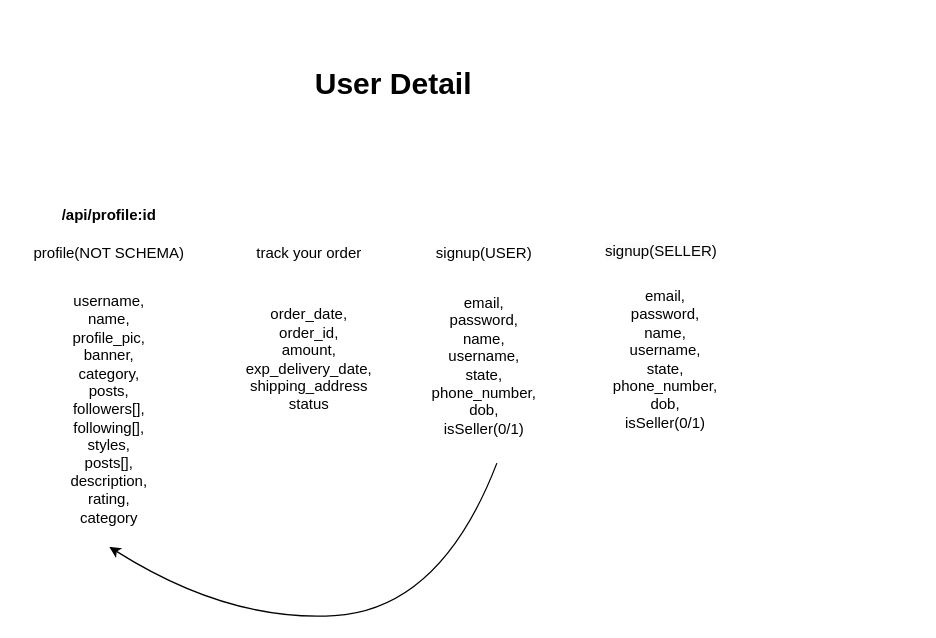
This is page "Page-3" (3 of 4) of Untitled Diagram.drawio from VishalJx/Draw.io, a draw.io file, before an edit. Source tidied: cells renumbered, new cells numbered last; positions are measured from the earlier drawing's top-left corner, leaving out a move shared by most shapes. Both pictures are drawn from the tidied source at 125%, with x=0, y=0 at pixel (21, 21).
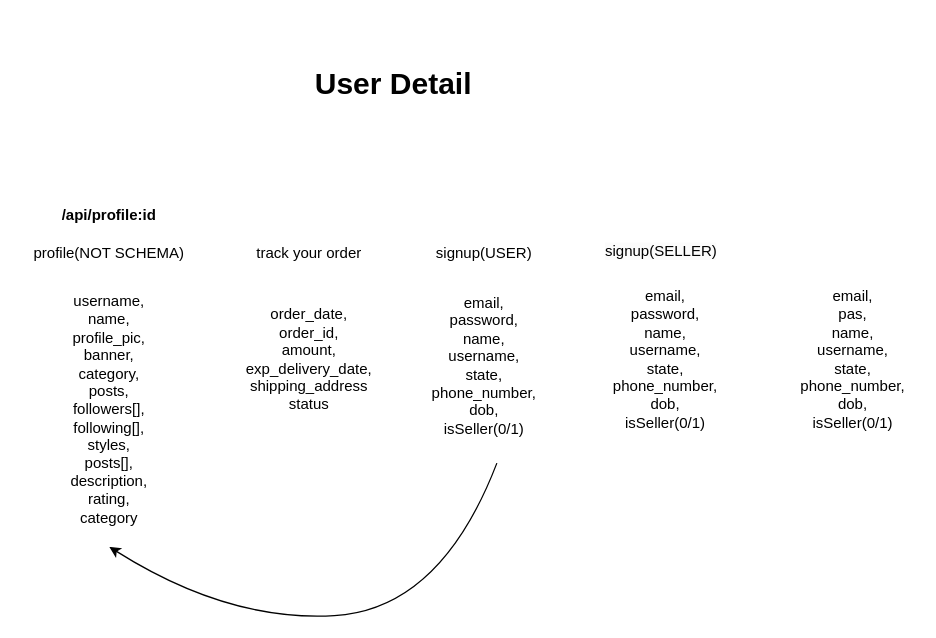
The same diagram, later.

Change to the diagram source:
```diff
@@
 <mxGraphModel>
   <root>
     <mxCell id="0" />
     <mxCell id="1" parent="0" />
     <mxCell id="2" value="profile(NOT SCHEMA)" style="text;html=1;align=center;verticalAlign=middle;whiteSpace=wrap;rounded=0;" parent="1" vertex="1">
       <mxGeometry y="170" width="140" height="30" as="geometry" />
     </mxCell>
     <mxCell id="3" value="username,&lt;div&gt;name,&lt;/div&gt;&lt;div&gt;profile_pic,&lt;/div&gt;&lt;div&gt;banner,&lt;/div&gt;&lt;div&gt;category,&lt;/div&gt;&lt;div&gt;posts,&lt;/div&gt;&lt;div&gt;followers[],&lt;/div&gt;&lt;div&gt;following[],&lt;/div&gt;&lt;div&gt;styles,&lt;/div&gt;&lt;div&gt;posts[],&lt;/div&gt;&lt;div&gt;description,&lt;/div&gt;&lt;div&gt;rating,&lt;/div&gt;&lt;div&gt;category&lt;/div&gt;" style="text;html=1;align=center;verticalAlign=middle;whiteSpace=wrap;rounded=0;fillColor=default;" parent="1" vertex="1">
       <mxGeometry x="5" y="200" width="130" height="220" as="geometry" />
     </mxCell>
     <mxCell id="4" value="track your order" style="text;html=1;align=center;verticalAlign=middle;whiteSpace=wrap;rounded=0;" parent="1" vertex="1">
       <mxGeometry x="185" y="170" width="90" height="30" as="geometry" />
     </mxCell>
     <mxCell id="5" value="order_date,&lt;div&gt;order_id,&lt;/div&gt;&lt;div&gt;amount,&lt;/div&gt;&lt;div&gt;exp_delivery_date,&lt;/div&gt;&lt;div&gt;shipping_address&lt;/div&gt;&lt;div&gt;status&lt;/div&gt;" style="text;html=1;align=center;verticalAlign=middle;whiteSpace=wrap;rounded=0;fillColor=default;" parent="1" vertex="1">
       <mxGeometry x="170" y="210" width="120" height="120" as="geometry" />
     </mxCell>
     <mxCell id="6" value="signup(USER)" style="text;html=1;align=center;verticalAlign=middle;whiteSpace=wrap;rounded=0;" parent="1" vertex="1">
       <mxGeometry x="340" y="170" width="60" height="30" as="geometry" />
     </mxCell>
     <mxCell id="7" value="&lt;div&gt;email,&lt;/div&gt;&lt;div&gt;password,&lt;/div&gt;name,&lt;div&gt;username,&lt;/div&gt;&lt;div&gt;state,&lt;/div&gt;&lt;div&gt;phone_number,&lt;/div&gt;&lt;div&gt;dob,&lt;/div&gt;&lt;div&gt;isSeller(0/1)&lt;/div&gt;" style="text;html=1;align=center;verticalAlign=middle;whiteSpace=wrap;rounded=0;fillColor=default;" parent="1" vertex="1">
       <mxGeometry x="320" y="200" width="100" height="150" as="geometry" />
     </mxCell>
     <mxCell id="8" value="&lt;span style=&quot;color: rgb(0, 0, 0); font-family: Helvetica; font-size: 12px; font-style: normal; font-variant-ligatures: normal; font-variant-caps: normal; font-weight: 400; letter-spacing: normal; orphans: 2; text-align: center; text-indent: 0px; text-transform: none; widows: 2; word-spacing: 0px; -webkit-text-stroke-width: 0px; white-space: normal; background-color: rgb(251, 251, 251); text-decoration-thickness: initial; text-decoration-style: initial; text-decoration-color: initial; display: inline !important; float: none;&quot;&gt;signup(SELLER)&lt;/span&gt;" style="text;whiteSpace=wrap;html=1;" parent="1" vertex="1">
       <mxGeometry x="465" y="170" width="100" height="40" as="geometry" />
     </mxCell>
     <mxCell id="9" value="&lt;div&gt;email,&lt;/div&gt;&lt;div&gt;password,&lt;/div&gt;name,&lt;div&gt;username,&lt;/div&gt;&lt;div&gt;state,&lt;/div&gt;&lt;div&gt;phone_number,&lt;/div&gt;&lt;div&gt;dob,&lt;/div&gt;&lt;div&gt;isSeller(0/1)&lt;/div&gt;" style="text;html=1;align=center;verticalAlign=middle;whiteSpace=wrap;rounded=0;fillColor=default;" parent="1" vertex="1">
       <mxGeometry x="465" y="200" width="100" height="140" as="geometry" />
     </mxCell>
     <mxCell id="10" value="&lt;b&gt;/api/profile:id&lt;/b&gt;" style="text;html=1;align=center;verticalAlign=middle;whiteSpace=wrap;rounded=0;" parent="1" vertex="1">
       <mxGeometry x="40" y="140" width="60" height="30" as="geometry" />
     </mxCell>
     <mxCell id="11" style="curved=1;endArrow=classic;html=1;rounded=0;entryX=0.5;entryY=1;entryDx=0;entryDy=0;exitX=0.6;exitY=1.02;exitDx=0;exitDy=0;exitPerimeter=0;" parent="1" edge="1" source="7" target="3">
       <mxGeometry relative="1" as="geometry">
         <Array as="points">
           <mxPoint x="335" y="470" />
           <mxPoint x="165" y="480" />
         </Array>
       </mxGeometry>
     </mxCell>
     <mxCell id="12" value="&lt;font style=&quot;font-size: 24px;&quot;&gt;&lt;b&gt;User Detail&lt;/b&gt;&lt;/font&gt;" style="text;html=1;align=center;verticalAlign=middle;whiteSpace=wrap;rounded=0;" parent="1" vertex="1">
       <mxGeometry x="75" width="445" height="100" as="geometry" />
     </mxCell>
+    <mxCell id="13" value="&lt;div&gt;email,&lt;/div&gt;&lt;div&gt;pas,&lt;/div&gt;name,&lt;div&gt;username,&lt;/div&gt;&lt;div&gt;state,&lt;/div&gt;&lt;div&gt;phone_number,&lt;/div&gt;&lt;div&gt;dob,&lt;/div&gt;&lt;div&gt;isSeller(0/1)&lt;/div&gt;" style="text;html=1;align=center;verticalAlign=middle;whiteSpace=wrap;rounded=0;fillColor=default;" parent="1" vertex="1">
+      <mxGeometry x="615" y="200" width="100" height="140" as="geometry" />
+    </mxCell>
   </root>
 </mxGraphModel>
```
